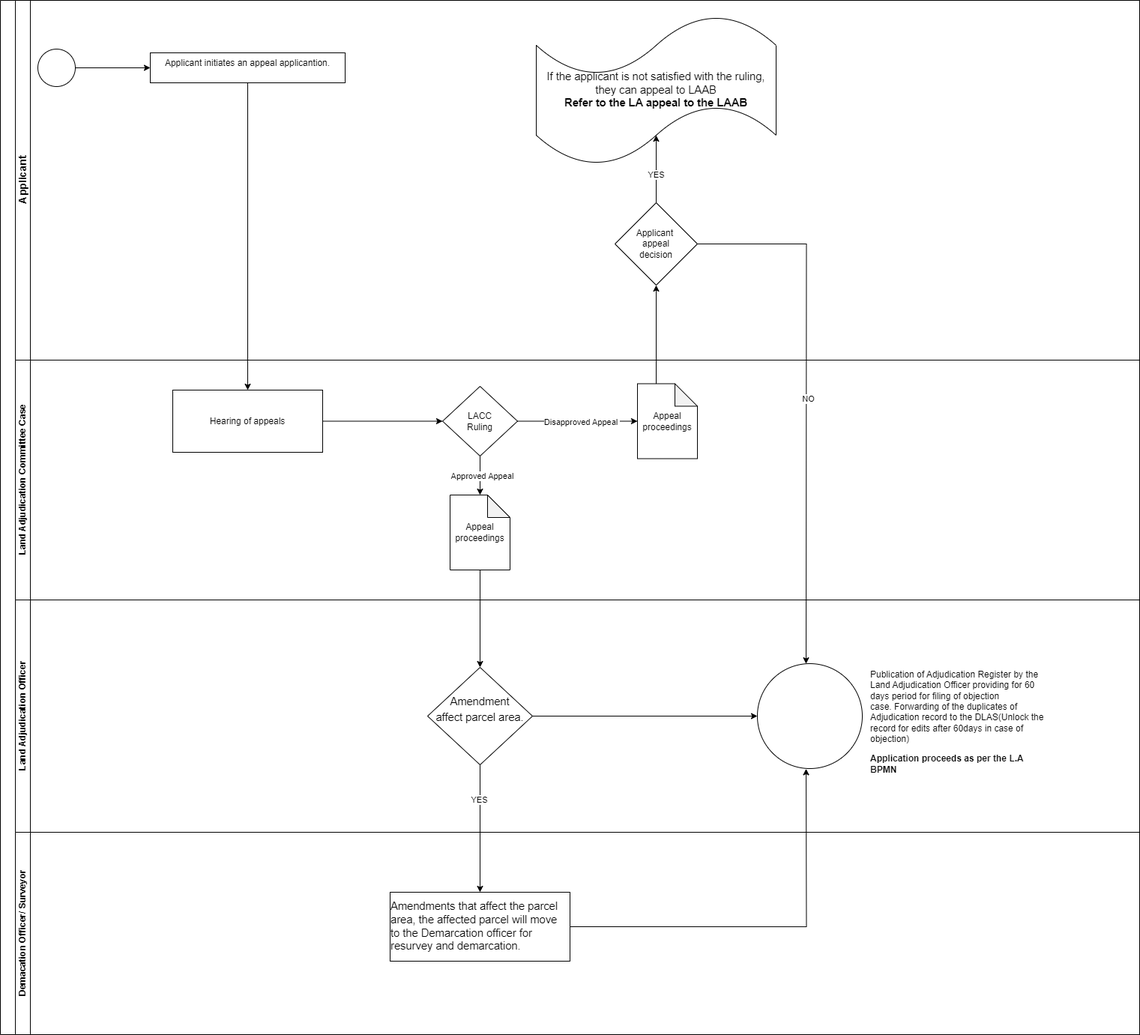
Earlier version of the draw.io export Land Adjudication Appeal to the LACC.drawio.png (geoprojectke/BPMN). Source tidied: cells renumbered, new cells last; positions are measured from the earlier drawing's top-left corner, leaving out a move shared by most shapes.
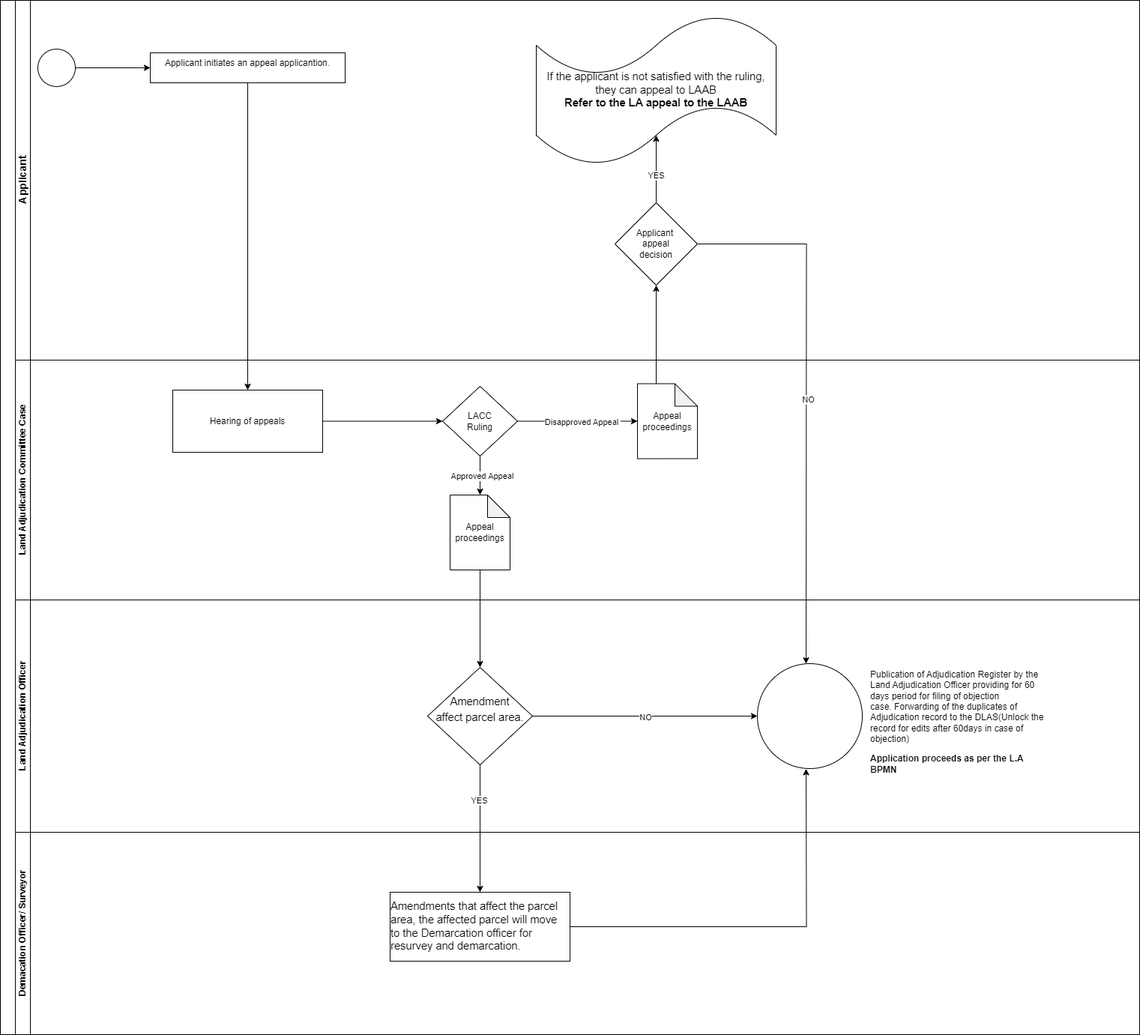
Later version of the same file.

The edit, as a diff of the source:
```diff
@@ -65,6 +65,9 @@
     <mxCell id="22" style="edgeStyle=orthogonalEdgeStyle;rounded=0;jettySize=auto;html=1;exitX=1;exitY=0.5;exitDx=0;exitDy=0;entryX=0;entryY=0.5;entryDx=0;entryDy=0;" parent="21" edge="1" source="23" target="24">
       <mxGeometry relative="1" as="geometry" />
     </mxCell>
+    <mxCell id="39" value="NO" style="edgeLabel;html=1;align=center;verticalAlign=middle;" parent="22" vertex="1">
+      <mxGeometry y="-1" relative="1" as="geometry" />
+    </mxCell>
     <mxCell id="23" value="&lt;p style=&quot;line-height: 1.38; margin-top: 0pt; margin-bottom: 0pt;&quot; dir=&quot;ltr&quot;&gt;&lt;span style=&quot;font-size: 11pt; font-family: Arial, sans-serif; background-color: transparent; font-variant-numeric: normal; font-variant-east-asian: normal; font-variant-alternates: normal; font-variant-position: normal; vertical-align: baseline; white-space-collapse: preserve;&quot;&gt;Amendment&lt;/span&gt;&lt;/p&gt;&lt;p style=&quot;line-height: 1.38; margin-top: 0pt; margin-bottom: 0pt;&quot; dir=&quot;ltr&quot;&gt;&lt;span style=&quot;font-size: 11pt; font-family: Arial, sans-serif; background-color: transparent; font-variant-numeric: normal; font-variant-east-asian: normal; font-variant-alternates: normal; font-variant-position: normal; vertical-align: baseline; white-space-collapse: preserve;&quot;&gt;affect parcel area.&lt;/span&gt;&lt;/p&gt;&lt;div&gt;&lt;span style=&quot;font-size: 11pt; font-family: Arial, sans-serif; background-color: transparent; font-variant-numeric: normal; font-variant-east-asian: normal; font-variant-alternates: normal; font-variant-position: normal; vertical-align: baseline; white-space-collapse: preserve;&quot;&gt;&lt;br&gt;&lt;/span&gt;&lt;/div&gt;" style="rhombus;whiteSpace=wrap;html=1;" parent="21" vertex="1">
       <mxGeometry x="550" y="90" width="140" height="130" as="geometry" />
     </mxCell>
```
